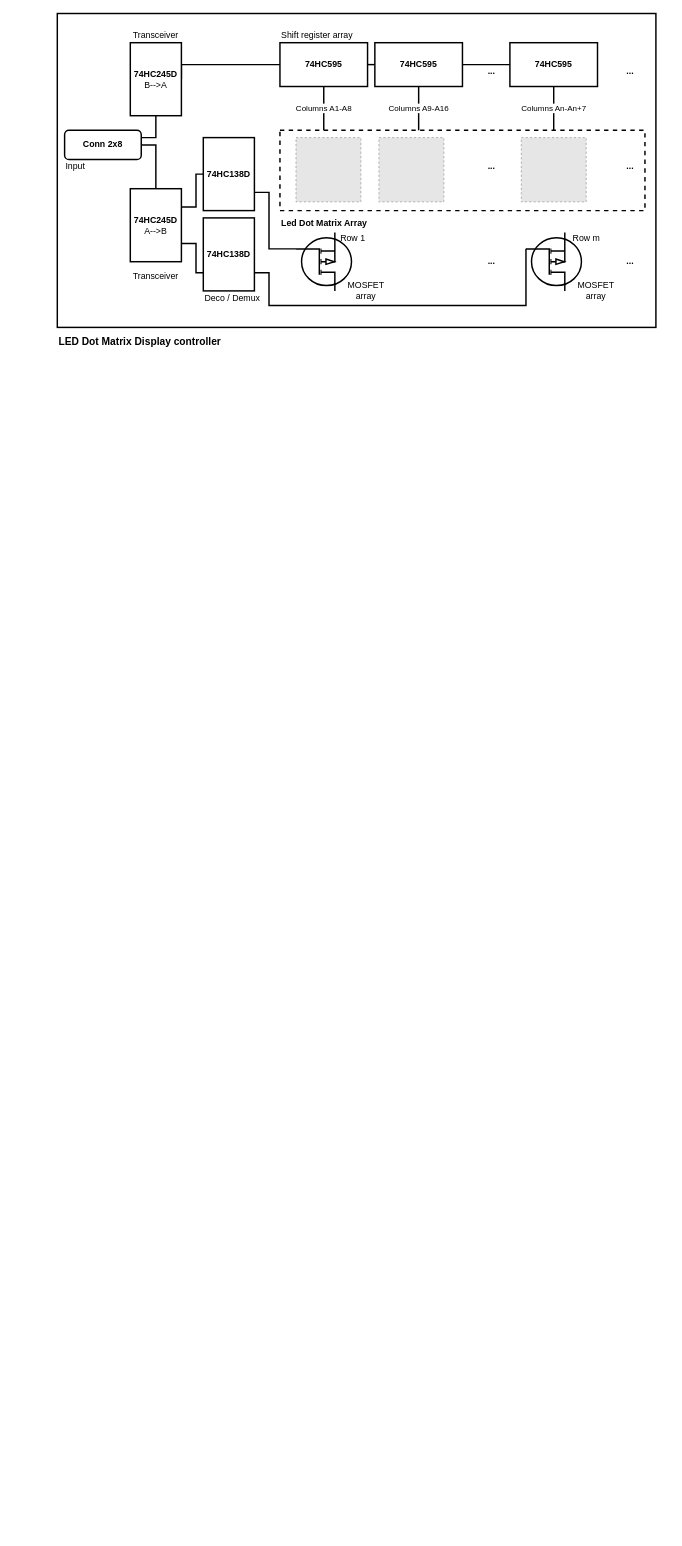
Before: Pics/blockDiagram.drawio in charlieromano/PIDS, a draw.io diagram. Source tidied: cells renumbered, new cells numbered last; positions are measured from the earlier drawing's top-left corner, leaving out a move shared by most shapes. Both pictures are drawn from the tidied source at 73%, with x=0, y=0 at pixel (57, 13). Pictures stored in the file or linked from it are replaced by grey dashed boxes.
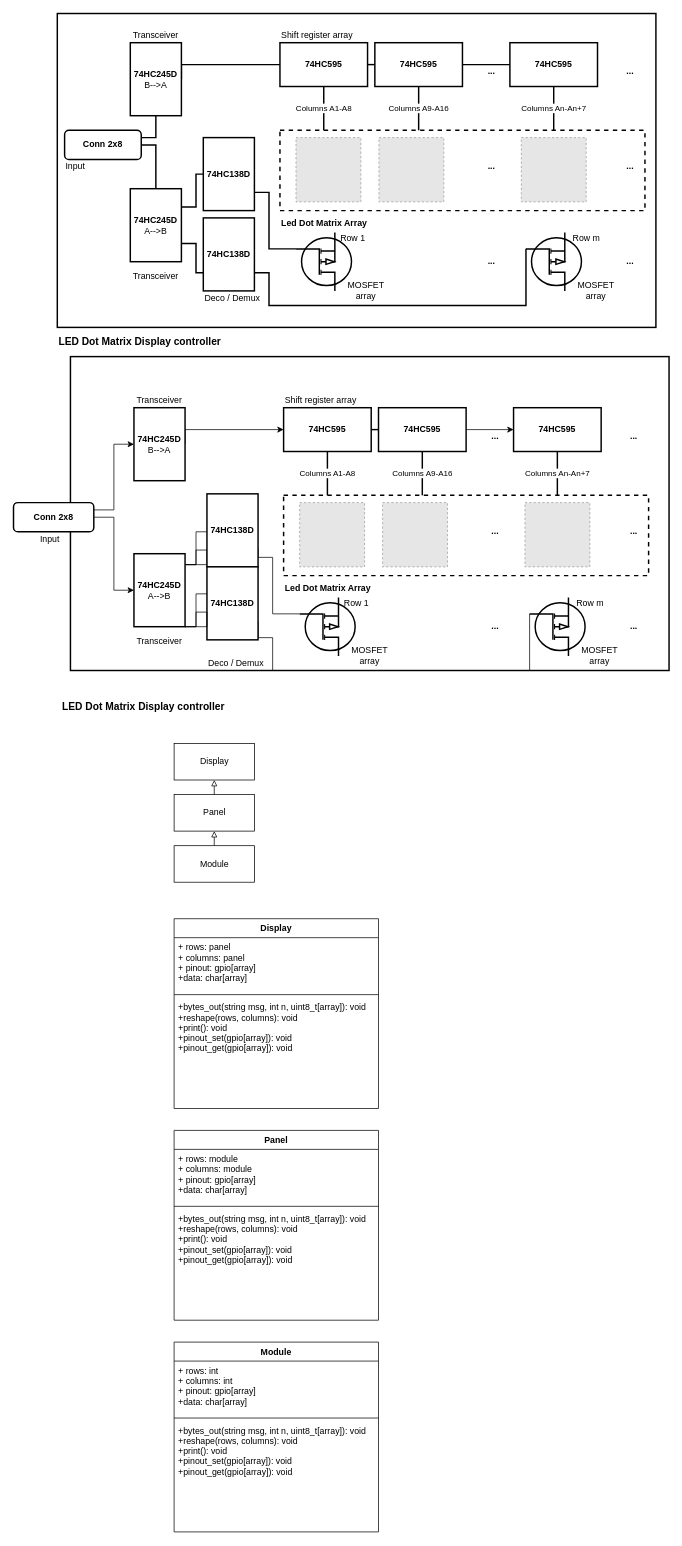
The same page after the edit.

Diff of the diagram source:
```diff
@@
+    <mxCell id="46" style="rounded=0;whiteSpace=wrap;html=1;strokeWidth=2;fillColor=none;align=left;" parent="1" vertex="1">
+      <mxGeometry x="18" y="470" width="820" height="430" as="geometry" />
+    </mxCell>
@@
+    <mxCell id="47" style="edgeStyle=orthogonalEdgeStyle;rounded=0;jettySize=auto;html=1;exitX=1;exitY=0.5;exitDx=0;exitDy=0;entryX=0;entryY=0.5;entryDx=0;entryDy=0;endArrow=classic;endFill=1;strokeWidth=1;" parent="1" edge="1" source="48" target="59">
+      <mxGeometry relative="1" as="geometry">
+        <Array as="points">
+          <mxPoint x="175" y="570" />
+        </Array>
+      </mxGeometry>
+    </mxCell>
+    <mxCell id="48" value="&lt;div&gt;&lt;b&gt;74HC245D&lt;/b&gt;&lt;/div&gt;&lt;div&gt;B--&amp;gt;A&lt;b&gt;&lt;br&gt;&lt;/b&gt;&lt;/div&gt;" style="rounded=0;whiteSpace=wrap;html=1;strokeWidth=2;" parent="1" vertex="1">
+      <mxGeometry x="105" y="540" width="70" height="100" as="geometry" />
+    </mxCell>
+    <mxCell id="49" style="edgeStyle=orthogonalEdgeStyle;rounded=0;orthogonalLoop=1;jettySize=auto;html=1;exitX=1;exitY=0.25;exitDx=0;exitDy=0;entryX=0;entryY=0.5;entryDx=0;entryDy=0;endArrow=none;endFill=0;strokeWidth=1;" parent="1" edge="1">
+      <mxGeometry relative="1" as="geometry">
+        <mxPoint x="175" y="755" as="sourcePoint" />
+        <mxPoint x="205" y="710" as="targetPoint" />
+        <Array as="points">
+          <mxPoint x="190" y="755" />
+          <mxPoint x="190" y="710" />
+        </Array>
+      </mxGeometry>
+    </mxCell>
+    <mxCell id="50" value="&lt;div&gt;&lt;b&gt;74HC245D&lt;/b&gt;&lt;/div&gt;&lt;div&gt;A--&amp;gt;B&lt;b&gt;&lt;br&gt;&lt;/b&gt;&lt;/div&gt;" style="rounded=0;whiteSpace=wrap;html=1;strokeWidth=2;" parent="1" vertex="1">
+      <mxGeometry x="105" y="740" width="70" height="100" as="geometry" />
+    </mxCell>
+    <mxCell id="51" style="edgeStyle=orthogonalEdgeStyle;rounded=0;jettySize=auto;html=1;exitX=1;exitY=0.75;exitDx=0;exitDy=0;entryX=0;entryY=0.72;entryDx=0;entryDy=0;entryPerimeter=0;endArrow=none;endFill=0;strokeWidth=1;" parent="1" edge="1" source="54" target="65">
+      <mxGeometry relative="1" as="geometry">
+        <Array as="points">
+          <mxPoint x="295" y="745" />
+          <mxPoint x="295" y="822" />
+        </Array>
+      </mxGeometry>
+    </mxCell>
+    <mxCell id="52" style="edgeStyle=orthogonalEdgeStyle;rounded=0;orthogonalLoop=1;jettySize=auto;html=1;exitX=0;exitY=0.75;exitDx=0;exitDy=0;entryX=1;entryY=0.25;entryDx=0;entryDy=0;strokeWidth=1;endArrow=none;endFill=0;" parent="1" edge="1">
+      <mxGeometry relative="1" as="geometry">
+        <mxPoint x="205" y="735" as="sourcePoint" />
+        <mxPoint x="175" y="755" as="targetPoint" />
+        <Array as="points">
+          <mxPoint x="205" y="755" />
+        </Array>
+      </mxGeometry>
+    </mxCell>
+    <mxCell id="53" style="edgeStyle=orthogonalEdgeStyle;rounded=0;orthogonalLoop=1;jettySize=auto;html=1;exitX=0;exitY=0.75;exitDx=0;exitDy=0;entryX=1;entryY=0.25;entryDx=0;entryDy=0;strokeWidth=1;endArrow=none;endFill=0;" parent="1" edge="1">
+      <mxGeometry relative="1" as="geometry">
+        <mxPoint x="205" y="735" as="sourcePoint" />
+        <mxPoint x="175" y="755" as="targetPoint" />
+        <Array as="points">
+          <mxPoint x="190" y="735" />
+          <mxPoint x="190" y="755" />
+        </Array>
+      </mxGeometry>
+    </mxCell>
+    <mxCell id="54" value="&lt;b&gt;74HC138D&lt;/b&gt;" style="rounded=0;whiteSpace=wrap;html=1;strokeWidth=2;" parent="1" vertex="1">
+      <mxGeometry x="205" y="658" width="70" height="100" as="geometry" />
+    </mxCell>
+    <mxCell id="55" style="edgeStyle=orthogonalEdgeStyle;rounded=0;jettySize=auto;html=1;exitX=1;exitY=0.75;exitDx=0;exitDy=0;entryX=0;entryY=0.72;entryDx=0;entryDy=0;entryPerimeter=0;endArrow=none;endFill=0;strokeWidth=1;" parent="1" edge="1" source="56" target="66">
+      <mxGeometry relative="1" as="geometry">
+        <Array as="points">
+          <mxPoint x="295" y="855" />
+          <mxPoint x="295" y="900" />
+          <mxPoint x="647" y="900" />
+        </Array>
+      </mxGeometry>
+    </mxCell>
+    <mxCell id="56" value="&lt;b&gt;74HC138D&lt;/b&gt;" style="rounded=0;whiteSpace=wrap;html=1;strokeWidth=2;" parent="1" vertex="1">
+      <mxGeometry x="205" y="758" width="70" height="100" as="geometry" />
+    </mxCell>
+    <mxCell id="57" style="edgeStyle=orthogonalEdgeStyle;rounded=0;jettySize=auto;html=1;exitX=1;exitY=0.5;exitDx=0;exitDy=0;entryX=0;entryY=0.5;entryDx=0;entryDy=0;endArrow=none;endFill=0;strokeWidth=2;" parent="1" edge="1" source="59" target="62">
+      <mxGeometry relative="1" as="geometry" />
+    </mxCell>
+    <mxCell id="58" value="Columns A1-A8" style="edgeStyle=orthogonalEdgeStyle;rounded=0;jettySize=auto;html=1;exitX=0.5;exitY=1;exitDx=0;exitDy=0;endArrow=none;endFill=0;strokeWidth=2;" parent="1" edge="1" source="59">
+      <mxGeometry relative="1" as="geometry">
+        <mxPoint x="370" y="660" as="targetPoint" />
+        <Array as="points">
+          <mxPoint x="370" y="630" />
+          <mxPoint x="370" y="630" />
+        </Array>
+      </mxGeometry>
+    </mxCell>
+    <mxCell id="59" value="&lt;b&gt;74HC595&lt;/b&gt;" style="rounded=0;whiteSpace=wrap;html=1;strokeWidth=2;" parent="1" vertex="1">
+      <mxGeometry x="310" y="540" width="120" height="60" as="geometry" />
+    </mxCell>
+    <mxCell id="60" style="edgeStyle=orthogonalEdgeStyle;rounded=0;jettySize=auto;html=1;exitX=1;exitY=0.5;exitDx=0;exitDy=0;entryX=0;entryY=0.5;entryDx=0;entryDy=0;endArrow=classic;endFill=1;strokeWidth=1;" parent="1" edge="1" source="62" target="64">
+      <mxGeometry relative="1" as="geometry" />
+    </mxCell>
+    <mxCell id="61" value="Columns A9-A16" style="edgeStyle=orthogonalEdgeStyle;rounded=0;jettySize=auto;html=1;exitX=0.5;exitY=1;exitDx=0;exitDy=0;endArrow=none;endFill=0;strokeWidth=2;" parent="1" edge="1" source="62">
+      <mxGeometry relative="1" as="geometry">
+        <mxPoint x="500" y="660" as="targetPoint" />
+      </mxGeometry>
+    </mxCell>
+    <mxCell id="62" value="&lt;b&gt;74HC595&lt;/b&gt;" style="rounded=0;whiteSpace=wrap;html=1;strokeWidth=2;" parent="1" vertex="1">
+      <mxGeometry x="440" y="540" width="120" height="60" as="geometry" />
+    </mxCell>
+    <mxCell id="63" value="Columns An-An+7" style="edgeStyle=orthogonalEdgeStyle;rounded=0;jettySize=auto;html=1;exitX=0.5;exitY=1;exitDx=0;exitDy=0;endArrow=none;endFill=0;strokeWidth=2;" parent="1" edge="1" source="64">
+      <mxGeometry relative="1" as="geometry">
+        <mxPoint x="685" y="660" as="targetPoint" />
+      </mxGeometry>
+    </mxCell>
+    <mxCell id="64" value="&lt;b&gt;74HC595&lt;/b&gt;" style="rounded=0;whiteSpace=wrap;html=1;strokeWidth=2;" parent="1" vertex="1">
+      <mxGeometry x="625" y="540" width="120" height="60" as="geometry" />
+    </mxCell>
+    <mxCell id="65" style="verticalLabelPosition=bottom;shadow=0;dashed=0;align=center;html=1;verticalAlign=top;shape=mxgraph.electrical.mosfets1.mosfet_ic_p;strokeWidth=2;flipH=0;flipV=1;" parent="1" vertex="1">
+      <mxGeometry x="332" y="800" width="76" height="80" as="geometry" />
+    </mxCell>
+    <mxCell id="66" style="verticalLabelPosition=bottom;shadow=0;dashed=0;align=center;html=1;verticalAlign=top;shape=mxgraph.electrical.mosfets1.mosfet_ic_p;strokeWidth=2;flipH=0;flipV=1;" parent="1" vertex="1">
+      <mxGeometry x="647" y="800" width="76" height="80" as="geometry" />
+    </mxCell>
+    <mxCell id="67" value="&lt;div&gt;Row 1&lt;/div&gt;" style="text;html=1;strokeColor=none;fillColor=none;align=center;verticalAlign=middle;whiteSpace=wrap;rounded=0;" parent="1" vertex="1">
+      <mxGeometry x="390" y="798" width="40" height="20" as="geometry" />
+    </mxCell>
+    <mxCell id="68" value="&lt;div&gt;Row m&lt;br&gt;&lt;/div&gt;" style="text;html=1;strokeColor=none;fillColor=none;align=center;verticalAlign=middle;whiteSpace=wrap;rounded=0;" parent="1" vertex="1">
+      <mxGeometry x="705" y="798" width="50" height="20" as="geometry" />
+    </mxCell>
+    <mxCell id="69" style="edgeStyle=orthogonalEdgeStyle;rounded=0;jettySize=auto;html=1;exitX=1;exitY=0.5;exitDx=0;exitDy=0;entryX=0;entryY=0.5;entryDx=0;entryDy=0;endArrow=classic;endFill=1;strokeWidth=1;" parent="1" edge="1" source="71" target="50">
+      <mxGeometry relative="1" as="geometry" />
+    </mxCell>
+    <mxCell id="70" style="edgeStyle=orthogonalEdgeStyle;rounded=0;jettySize=auto;html=1;exitX=1;exitY=0.25;exitDx=0;exitDy=0;entryX=0;entryY=0.5;entryDx=0;entryDy=0;endArrow=classic;endFill=1;" parent="1" edge="1" source="71" target="48">
+      <mxGeometry relative="1" as="geometry" />
+    </mxCell>
+    <mxCell id="71" value="&lt;b&gt;Conn 2x8&lt;/b&gt;" style="rounded=1;whiteSpace=wrap;html=1;strokeWidth=2;" parent="1" vertex="1">
+      <mxGeometry x="-60" y="670" width="110" height="40" as="geometry" />
+    </mxCell>
+    <mxCell id="72" value="&lt;b&gt;...&lt;/b&gt;" style="text;html=1;strokeColor=none;fillColor=none;align=center;verticalAlign=middle;whiteSpace=wrap;rounded=0;" parent="1" vertex="1">
+      <mxGeometry x="765" y="570" width="50" height="20" as="geometry" />
+    </mxCell>
+    <mxCell id="73" value="&lt;b&gt;...&lt;/b&gt;" style="text;html=1;strokeColor=none;fillColor=none;align=center;verticalAlign=middle;whiteSpace=wrap;rounded=0;" parent="1" vertex="1">
+      <mxGeometry x="765" y="830" width="50" height="20" as="geometry" />
+    </mxCell>
+    <mxCell id="74" value="&lt;b&gt;...&lt;/b&gt;" style="text;html=1;strokeColor=none;fillColor=none;align=center;verticalAlign=middle;whiteSpace=wrap;rounded=0;" parent="1" vertex="1">
+      <mxGeometry x="575" y="830" width="50" height="20" as="geometry" />
+    </mxCell>
+    <mxCell id="75" value="MOSFET array" style="text;html=1;strokeColor=none;fillColor=none;align=center;verticalAlign=middle;whiteSpace=wrap;rounded=0;" parent="1" vertex="1">
+      <mxGeometry x="408" y="870" width="40" height="20" as="geometry" />
+    </mxCell>
+    <mxCell id="76" value="MOSFET array" style="text;html=1;strokeColor=none;fillColor=none;align=center;verticalAlign=middle;whiteSpace=wrap;rounded=0;" parent="1" vertex="1">
+      <mxGeometry x="723" y="870" width="40" height="20" as="geometry" />
+    </mxCell>
+    <mxCell id="77" value="Shift register array" style="text;html=1;strokeColor=none;fillColor=none;align=left;verticalAlign=middle;whiteSpace=wrap;rounded=0;" parent="1" vertex="1">
+      <mxGeometry x="310" y="520" width="250" height="20" as="geometry" />
+    </mxCell>
+    <mxCell id="78" value="Transceiver" style="text;html=1;strokeColor=none;fillColor=none;align=center;verticalAlign=middle;whiteSpace=wrap;rounded=0;" parent="1" vertex="1">
+      <mxGeometry x="120" y="520" width="40" height="20" as="geometry" />
+    </mxCell>
+    <mxCell id="79" value="Transceiver" style="text;html=1;strokeColor=none;fillColor=none;align=center;verticalAlign=middle;whiteSpace=wrap;rounded=0;" parent="1" vertex="1">
+      <mxGeometry x="120" y="850" width="40" height="20" as="geometry" />
+    </mxCell>
+    <mxCell id="80" value="Input" style="text;html=1;strokeColor=none;fillColor=none;align=center;verticalAlign=middle;whiteSpace=wrap;rounded=0;" parent="1" vertex="1">
+      <mxGeometry x="-30" y="710" width="40" height="20" as="geometry" />
+    </mxCell>
+    <mxCell id="81" value="Deco / Demux" style="text;html=1;strokeColor=none;fillColor=none;align=center;verticalAlign=middle;whiteSpace=wrap;rounded=0;" parent="1" vertex="1">
+      <mxGeometry x="205" y="880" width="80" height="20" as="geometry" />
+    </mxCell>
+    <mxCell id="82" style="fillColor=#E6E6E6;strokeColor=#999999;dashed=1;verticalLabelPosition=bottom;labelBackgroundColor=#ffffff;verticalAlign=top;" parent="1" vertex="1">
+      <mxGeometry x="332" y="670" width="88.9" height="88" as="geometry" />
+    </mxCell>
+    <mxCell id="83" style="fillColor=#E6E6E6;strokeColor=#999999;dashed=1;verticalLabelPosition=bottom;labelBackgroundColor=#ffffff;verticalAlign=top;" parent="1" vertex="1">
+      <mxGeometry x="445.6" y="670" width="88.9" height="88" as="geometry" />
+    </mxCell>
+    <mxCell id="84" style="fillColor=#E6E6E6;strokeColor=#999999;dashed=1;verticalLabelPosition=bottom;labelBackgroundColor=#ffffff;verticalAlign=top;" parent="1" vertex="1">
+      <mxGeometry x="640.6" y="670" width="88.9" height="88" as="geometry" />
+    </mxCell>
+    <mxCell id="85" value="&lt;b&gt;...&lt;/b&gt;" style="text;html=1;strokeColor=none;fillColor=none;align=center;verticalAlign=middle;whiteSpace=wrap;rounded=0;" parent="1" vertex="1">
+      <mxGeometry x="575" y="570" width="50" height="20" as="geometry" />
+    </mxCell>
+    <mxCell id="86" value="&lt;b&gt;...&lt;/b&gt;" style="text;html=1;strokeColor=none;fillColor=none;align=center;verticalAlign=middle;whiteSpace=wrap;rounded=0;" parent="1" vertex="1">
+      <mxGeometry x="575" y="700" width="50" height="20" as="geometry" />
+    </mxCell>
+    <mxCell id="87" value="&lt;b&gt;...&lt;/b&gt;" style="text;html=1;strokeColor=none;fillColor=none;align=center;verticalAlign=middle;whiteSpace=wrap;rounded=0;" parent="1" vertex="1">
+      <mxGeometry x="765" y="700" width="50" height="20" as="geometry" />
+    </mxCell>
+    <mxCell id="88" style="rounded=0;whiteSpace=wrap;html=1;strokeWidth=2;dashed=1;fillColor=none;" parent="1" vertex="1">
+      <mxGeometry x="310" y="660" width="500" height="110" as="geometry" />
+    </mxCell>
+    <mxCell id="89" value="Led Dot Matrix Array" style="text;html=1;strokeColor=none;fillColor=none;align=left;verticalAlign=middle;whiteSpace=wrap;rounded=0;dashed=1;fontStyle=1;" parent="1" vertex="1">
+      <mxGeometry x="310" y="778" width="190" height="20" as="geometry" />
+    </mxCell>
+    <mxCell id="90" value="LED Dot Matrix Display controller" style="text;html=1;strokeColor=none;fillColor=none;align=left;verticalAlign=middle;whiteSpace=wrap;rounded=0;fontSize=14;fontStyle=1;" parent="1" vertex="1">
+      <mxGeometry x="5" y="940" width="230" height="20" as="geometry" />
+    </mxCell>
+    <mxCell id="91" style="edgeStyle=orthogonalEdgeStyle;rounded=0;orthogonalLoop=1;jettySize=auto;html=1;exitX=1;exitY=0.25;exitDx=0;exitDy=0;entryX=0;entryY=0.5;entryDx=0;entryDy=0;endArrow=none;endFill=0;strokeWidth=1;" parent="1" edge="1">
+      <mxGeometry relative="1" as="geometry">
+        <mxPoint x="175" y="840" as="sourcePoint" />
+        <mxPoint x="205" y="795" as="targetPoint" />
+        <Array as="points">
+          <mxPoint x="190" y="840" />
+          <mxPoint x="190" y="795" />
+        </Array>
+      </mxGeometry>
+    </mxCell>
+    <mxCell id="92" style="edgeStyle=orthogonalEdgeStyle;rounded=0;orthogonalLoop=1;jettySize=auto;html=1;exitX=0;exitY=0.75;exitDx=0;exitDy=0;entryX=1;entryY=0.25;entryDx=0;entryDy=0;strokeWidth=1;endArrow=none;endFill=0;" parent="1" edge="1">
+      <mxGeometry relative="1" as="geometry">
+        <mxPoint x="205" y="820" as="sourcePoint" />
+        <mxPoint x="175" y="840" as="targetPoint" />
+        <Array as="points">
+          <mxPoint x="205" y="840" />
+        </Array>
+      </mxGeometry>
+    </mxCell>
+    <mxCell id="93" style="edgeStyle=orthogonalEdgeStyle;rounded=0;orthogonalLoop=1;jettySize=auto;html=1;exitX=0;exitY=0.75;exitDx=0;exitDy=0;entryX=1;entryY=0.25;entryDx=0;entryDy=0;strokeWidth=1;endArrow=none;endFill=0;" parent="1" edge="1">
+      <mxGeometry relative="1" as="geometry">
+        <mxPoint x="205" y="820" as="sourcePoint" />
+        <mxPoint x="175" y="840" as="targetPoint" />
+        <Array as="points">
+          <mxPoint x="190" y="820" />
+          <mxPoint x="190" y="840" />
+        </Array>
+      </mxGeometry>
+    </mxCell>
+    <mxCell id="94" value="Module" style="swimlane;fontStyle=1;align=center;verticalAlign=top;horizontal=1;startSize=26;" parent="1" vertex="1">
+      <mxGeometry x="160" y="1820" width="280" height="260" as="geometry" />
+    </mxCell>
+    <mxCell id="95" value="+ rows: int&#10;+ columns: int&#10;+ pinout: gpio[array]&#10;+data: char[array]&#10;&#10;" style="text;strokeColor=none;fillColor=none;align=left;verticalAlign=top;spacingLeft=4;spacingRight=4;overflow=hidden;" parent="94" vertex="1">
+      <mxGeometry y="26" width="280" height="74" as="geometry" />
+    </mxCell>
+    <mxCell id="96" style="line;strokeWidth=1;fillColor=none;align=left;verticalAlign=middle;spacingTop=-1;spacingLeft=3;spacingRight=3;labelPosition=right;strokeColor=inherit;" parent="94" vertex="1">
+      <mxGeometry y="100" width="280" height="8" as="geometry" />
+    </mxCell>
+    <mxCell id="97" value="+bytes_out(string msg, int n, uint8_t[array]): void&#10;+reshape(rows, columns): void&#10;+print(): void&#10;+pinout_set(gpio[array]): void&#10;+pinout_get(gpio[array]): void&#10;" style="text;strokeColor=none;fillColor=none;align=left;verticalAlign=top;spacingLeft=4;spacingRight=4;overflow=hidden;" parent="94" vertex="1">
+      <mxGeometry y="108" width="280" height="152" as="geometry" />
+    </mxCell>
+    <mxCell id="98" style="edgeStyle=orthogonalEdgeStyle;rounded=0;jettySize=auto;html=1;exitX=0.5;exitY=0;exitDx=0;exitDy=0;entryX=0.5;entryY=1;entryDx=0;entryDy=0;strokeWidth=1;endArrow=block;endFill=0;" parent="1" edge="1" source="99" target="100">
+      <mxGeometry relative="1" as="geometry" />
+    </mxCell>
+    <mxCell id="99" value="Module" style="html=1;" parent="1" vertex="1">
+      <mxGeometry x="160" y="1140" width="110" height="50" as="geometry" />
+    </mxCell>
+    <mxCell id="100" value="Panel" style="html=1;" parent="1" vertex="1">
+      <mxGeometry x="160" y="1070" width="110" height="50" as="geometry" />
+    </mxCell>
+    <mxCell id="101" style="edgeStyle=orthogonalEdgeStyle;rounded=0;jettySize=auto;html=1;exitX=0.5;exitY=0;exitDx=0;exitDy=0;entryX=0.5;entryY=1;entryDx=0;entryDy=0;strokeWidth=1;endArrow=block;endFill=0;" parent="1" edge="1" source="100" target="102">
+      <mxGeometry relative="1" as="geometry" />
+    </mxCell>
+    <mxCell id="102" value="Display" style="html=1;" parent="1" vertex="1">
+      <mxGeometry x="160" y="1000" width="110" height="50" as="geometry" />
+    </mxCell>
+    <mxCell id="103" value="Panel" style="swimlane;fontStyle=1;align=center;verticalAlign=top;horizontal=1;startSize=26;" parent="1" vertex="1">
+      <mxGeometry x="160" y="1530" width="280" height="260" as="geometry" />
+    </mxCell>
+    <mxCell id="104" value="+ rows: module&#10;+ columns: module&#10;+ pinout: gpio[array]&#10;+data: char[array]" style="text;strokeColor=none;fillColor=none;align=left;verticalAlign=top;spacingLeft=4;spacingRight=4;overflow=hidden;" parent="103" vertex="1">
+      <mxGeometry y="26" width="280" height="74" as="geometry" />
+    </mxCell>
+    <mxCell id="105" style="line;strokeWidth=1;fillColor=none;align=left;verticalAlign=middle;spacingTop=-1;spacingLeft=3;spacingRight=3;labelPosition=right;strokeColor=inherit;" parent="103" vertex="1">
+      <mxGeometry y="100" width="280" height="8" as="geometry" />
+    </mxCell>
+    <mxCell id="106" value="+bytes_out(string msg, int n, uint8_t[array]): void&#10;+reshape(rows, columns): void&#10;+print(): void&#10;+pinout_set(gpio[array]): void&#10;+pinout_get(gpio[array]): void&#10;" style="text;strokeColor=none;fillColor=none;align=left;verticalAlign=top;spacingLeft=4;spacingRight=4;overflow=hidden;" parent="103" vertex="1">
+      <mxGeometry y="108" width="280" height="152" as="geometry" />
+    </mxCell>
+    <mxCell id="107" value="Display" style="swimlane;fontStyle=1;align=center;verticalAlign=top;horizontal=1;startSize=26;" parent="1" vertex="1">
+      <mxGeometry x="160" y="1240" width="280" height="260" as="geometry" />
+    </mxCell>
+    <mxCell id="108" value="+ rows: panel&#10;+ columns: panel&#10;+ pinout: gpio[array]&#10;+data: char[array]" style="text;strokeColor=none;fillColor=none;align=left;verticalAlign=top;spacingLeft=4;spacingRight=4;overflow=hidden;" parent="107" vertex="1">
+      <mxGeometry y="26" width="280" height="74" as="geometry" />
+    </mxCell>
+    <mxCell id="109" style="line;strokeWidth=1;fillColor=none;align=left;verticalAlign=middle;spacingTop=-1;spacingLeft=3;spacingRight=3;labelPosition=right;strokeColor=inherit;" parent="107" vertex="1">
+      <mxGeometry y="100" width="280" height="8" as="geometry" />
+    </mxCell>
+    <mxCell id="110" value="+bytes_out(string msg, int n, uint8_t[array]): void&#10;+reshape(rows, columns): void&#10;+print(): void&#10;+pinout_set(gpio[array]): void&#10;+pinout_get(gpio[array]): void&#10;" style="text;strokeColor=none;fillColor=none;align=left;verticalAlign=top;spacingLeft=4;spacingRight=4;overflow=hidden;" parent="107" vertex="1">
+      <mxGeometry y="108" width="280" height="152" as="geometry" />
+    </mxCell>
```
